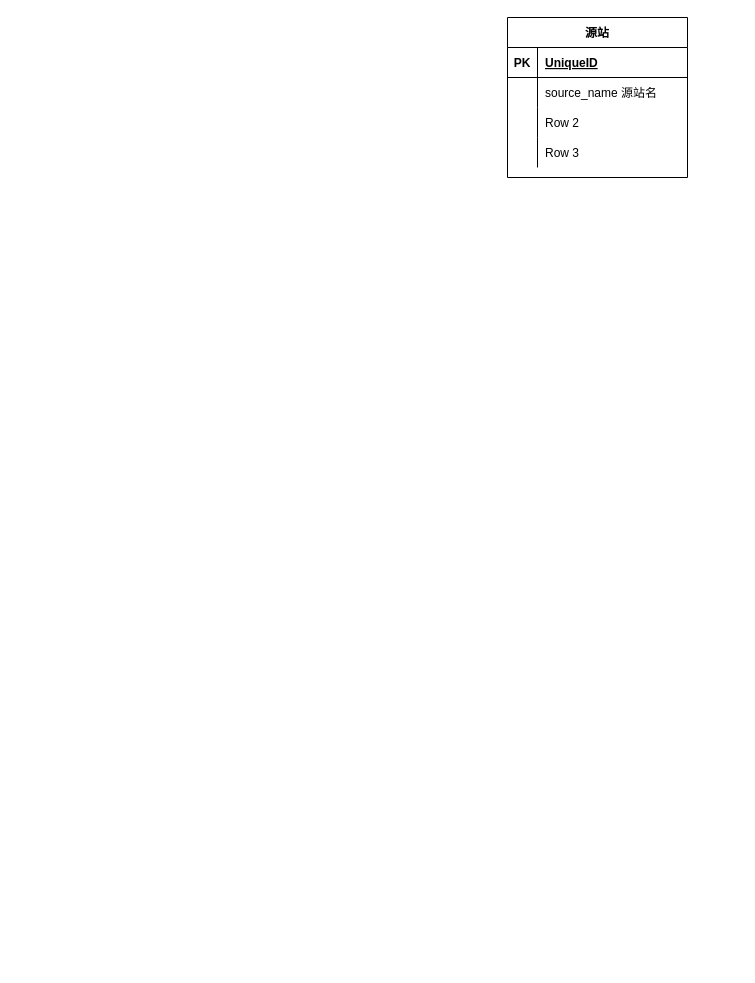
Above: go-novel.drawio in yiuked/diagram (draw.io), before the change. Source tidied: cells renumbered, new cells numbered last; positions are measured from the earlier drawing's top-left corner, leaving out a move shared by most shapes. Both pictures are drawn from the tidied source at 100%, with x=0, y=0 at pixel (507, 17).
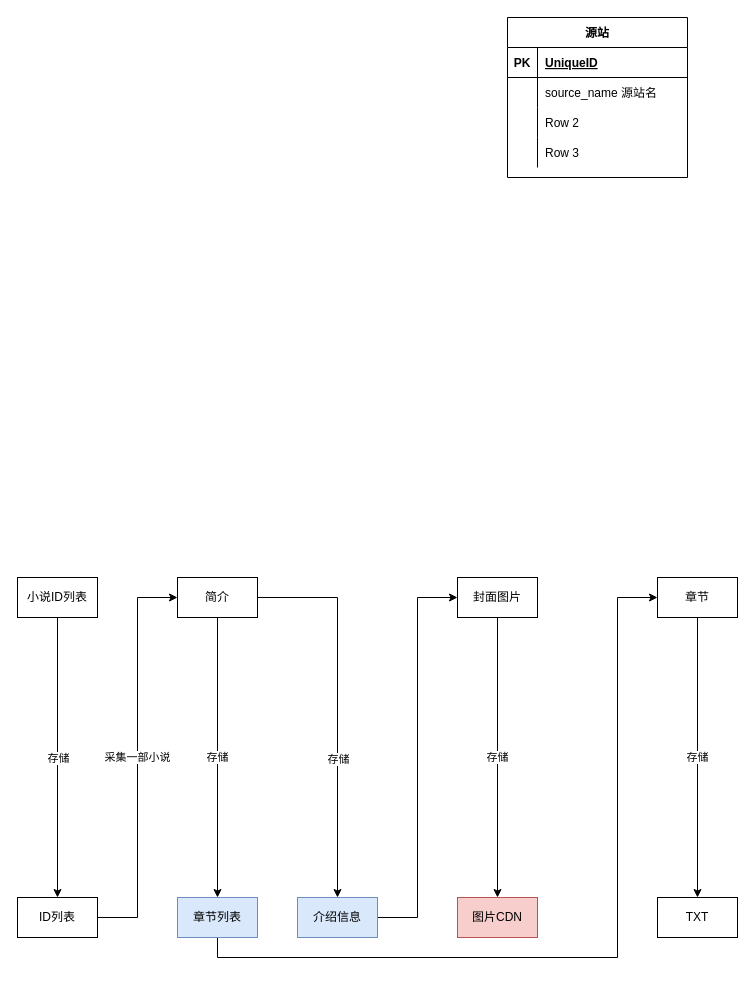
After the change.

Change to the diagram source:
```diff
@@
+    <mxCell id="15" style="edgeStyle=orthogonalEdgeStyle;rounded=0;jettySize=auto;html=1;exitX=0.5;exitY=1;exitDx=0;exitDy=0;" parent="1" edge="1" source="17" target="27">
+      <mxGeometry relative="1" as="geometry" />
+    </mxCell>
+    <mxCell id="16" value="存储" style="edgeLabel;html=1;align=center;verticalAlign=middle;" parent="15" vertex="1">
+      <mxGeometry x="0.24" relative="1" as="geometry">
+        <mxPoint y="-34" as="offset" />
+      </mxGeometry>
+    </mxCell>
+    <mxCell id="17" value="小说ID列表" style="rounded=0;whiteSpace=wrap;html=1;" parent="1" vertex="1">
+      <mxGeometry x="-490" y="560" width="80" height="40" as="geometry" />
+    </mxCell>
+    <mxCell id="18" value="存储" style="edgeStyle=orthogonalEdgeStyle;rounded=0;jettySize=auto;html=1;exitX=0.5;exitY=1;exitDx=0;exitDy=0;entryX=0.5;entryY=0;entryDx=0;entryDy=0;" parent="1" edge="1" source="21" target="29">
+      <mxGeometry relative="1" as="geometry" />
+    </mxCell>
+    <mxCell id="19" style="edgeStyle=orthogonalEdgeStyle;rounded=0;jettySize=auto;html=1;exitX=1;exitY=0.5;exitDx=0;exitDy=0;entryX=0.5;entryY=0;entryDx=0;entryDy=0;" parent="1" edge="1" source="21" target="31">
+      <mxGeometry relative="1" as="geometry" />
+    </mxCell>
+    <mxCell id="20" value="存储" style="edgeLabel;html=1;align=center;verticalAlign=middle;" parent="19" vertex="1">
+      <mxGeometry x="0.27" relative="1" as="geometry" />
+    </mxCell>
+    <mxCell id="21" value="简介" style="rounded=0;whiteSpace=wrap;html=1;" parent="1" vertex="1">
+      <mxGeometry x="-330" y="560" width="80" height="40" as="geometry" />
+    </mxCell>
+    <mxCell id="22" value="存储" style="edgeStyle=orthogonalEdgeStyle;rounded=0;jettySize=auto;html=1;exitX=0.5;exitY=1;exitDx=0;exitDy=0;entryX=0.5;entryY=0;entryDx=0;entryDy=0;" parent="1" edge="1" source="23" target="33">
+      <mxGeometry relative="1" as="geometry" />
+    </mxCell>
+    <mxCell id="23" value="章节" style="rounded=0;whiteSpace=wrap;html=1;" parent="1" vertex="1">
+      <mxGeometry x="150" y="560" width="80" height="40" as="geometry" />
+    </mxCell>
+    <mxCell id="24" value="存储" style="edgeStyle=orthogonalEdgeStyle;rounded=0;jettySize=auto;html=1;exitX=0.5;exitY=1;exitDx=0;exitDy=0;entryX=0.5;entryY=0;entryDx=0;entryDy=0;" parent="1" edge="1" source="25" target="32">
+      <mxGeometry relative="1" as="geometry" />
+    </mxCell>
+    <mxCell id="25" value="封面图片" style="rounded=0;whiteSpace=wrap;html=1;" parent="1" vertex="1">
+      <mxGeometry x="-50" y="560" width="80" height="40" as="geometry" />
+    </mxCell>
+    <mxCell id="26" value="采集一部小说" style="edgeStyle=orthogonalEdgeStyle;rounded=0;jettySize=auto;html=1;exitX=1;exitY=0.5;exitDx=0;exitDy=0;entryX=0;entryY=0.5;entryDx=0;entryDy=0;" parent="1" edge="1" source="27" target="21">
+      <mxGeometry relative="1" as="geometry" />
+    </mxCell>
+    <mxCell id="27" value="ID列表" style="rounded=0;whiteSpace=wrap;html=1;" parent="1" vertex="1">
+      <mxGeometry x="-490" y="880" width="80" height="40" as="geometry" />
+    </mxCell>
+    <mxCell id="28" style="edgeStyle=orthogonalEdgeStyle;rounded=0;jettySize=auto;html=1;exitX=0.5;exitY=1;exitDx=0;exitDy=0;entryX=0;entryY=0.5;entryDx=0;entryDy=0;" parent="1" edge="1" source="29" target="23">
+      <mxGeometry relative="1" as="geometry">
+        <Array as="points">
+          <mxPoint x="-290" y="940" />
+          <mxPoint x="110" y="940" />
+          <mxPoint x="110" y="580" />
+        </Array>
+      </mxGeometry>
+    </mxCell>
+    <mxCell id="29" value="章节列表" style="rounded=0;whiteSpace=wrap;html=1;fillColor=#dae8fc;strokeColor=#6c8ebf;" parent="1" vertex="1">
+      <mxGeometry x="-330" y="880" width="80" height="40" as="geometry" />
+    </mxCell>
+    <mxCell id="30" style="edgeStyle=orthogonalEdgeStyle;rounded=0;jettySize=auto;html=1;exitX=1;exitY=0.5;exitDx=0;exitDy=0;entryX=0;entryY=0.5;entryDx=0;entryDy=0;" parent="1" edge="1" source="31" target="25">
+      <mxGeometry relative="1" as="geometry" />
+    </mxCell>
+    <mxCell id="31" value="介绍信息" style="rounded=0;whiteSpace=wrap;html=1;fillColor=#dae8fc;strokeColor=#6c8ebf;" parent="1" vertex="1">
+      <mxGeometry x="-210" y="880" width="80" height="40" as="geometry" />
+    </mxCell>
+    <mxCell id="32" value="图片CDN" style="rounded=0;whiteSpace=wrap;html=1;fillColor=#f8cecc;strokeColor=#b85450;" parent="1" vertex="1">
+      <mxGeometry x="-50" y="880" width="80" height="40" as="geometry" />
+    </mxCell>
+    <mxCell id="33" value="TXT" style="rounded=0;whiteSpace=wrap;html=1;" parent="1" vertex="1">
+      <mxGeometry x="150" y="880" width="80" height="40" as="geometry" />
+    </mxCell>
```
